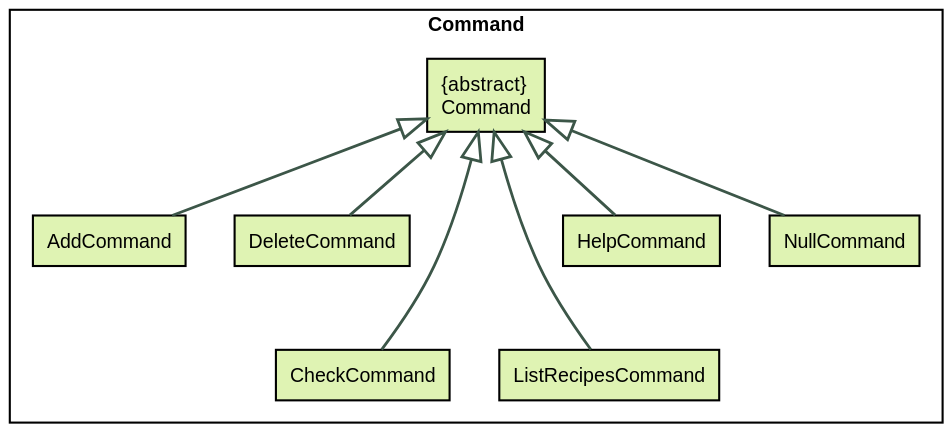
Above: docs/RenderedUML/CommandRects.svg in nus-cs2113-AY2122S1/tp (PlantUML), before the change. Its diagram source:
```plantuml
@startuml
!include Style.puml
skinparam ArrowColor LOGIC_GREEN_4

rectangle "Command" {
    rectangle "{abstract}\nCommand" LOGIC_GREEN_1 {
    }

    rectangle AddCommand LOGIC_GREEN_1 {
    }

    rectangle DeleteCommand LOGIC_GREEN_1 {
    }

    rectangle CheckCommand LOGIC_GREEN_1 {
    }

    rectangle ListRecipesCommand LOGIC_GREEN_1 {
    }

    rectangle HelpCommand LOGIC_GREEN_1 {
    }

    rectangle NullCommand LOGIC_GREEN_1 {
    }

    "{abstract}\nCommand" <|-- AddCommand
    "{abstract}\nCommand" <|-- DeleteCommand
    "{abstract}\nCommand" <|--- CheckCommand
    "{abstract}\nCommand" <|--- ListRecipesCommand
    "{abstract}\nCommand" <|-- HelpCommand
    "{abstract}\nCommand" <|-- NullCommand
}
@enduml
```
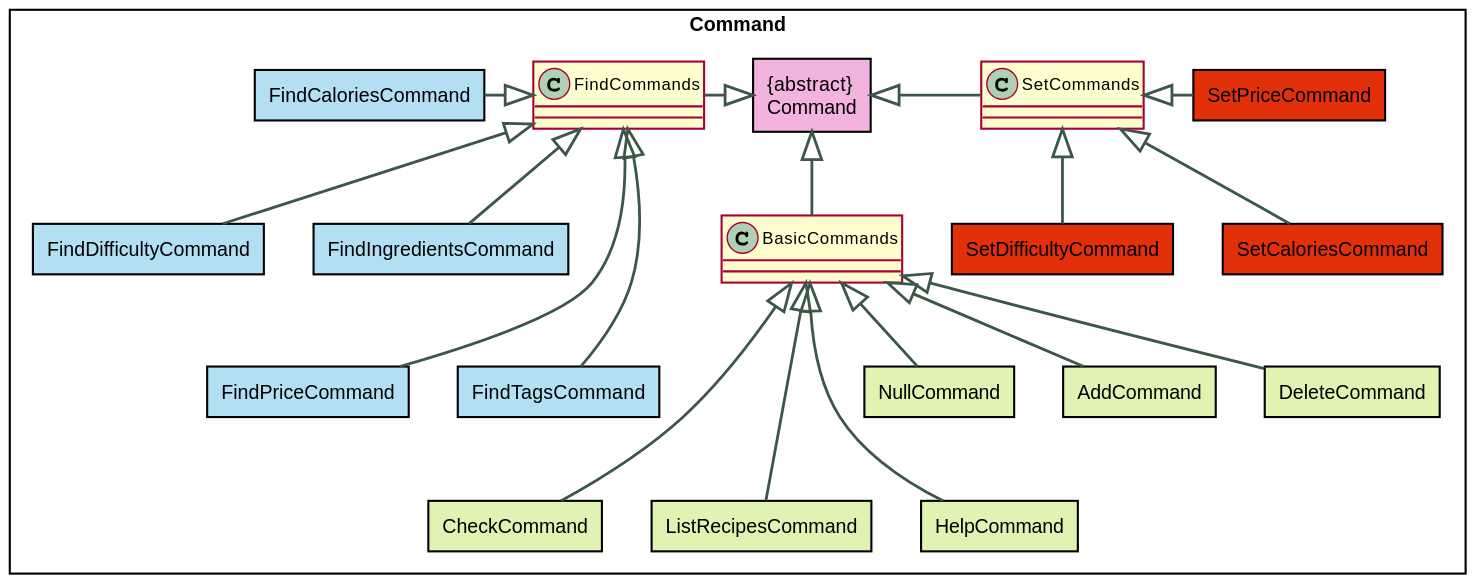
The same diagram one commit later.

Commit message:
Updated UML Diagram

What changed in the source:
```diff
@@ -3,7 +3,7 @@
 skinparam ArrowColor LOGIC_GREEN_4
 
 rectangle "Command" {
-    rectangle "{abstract}\nCommand" LOGIC_GREEN_1 {
+    rectangle "{abstract}\nCommand" LOGIC_PINK_1 {
     }
 
     rectangle AddCommand LOGIC_GREEN_1 {
@@ -24,11 +24,47 @@
     rectangle NullCommand LOGIC_GREEN_1 {
     }
 
-    "{abstract}\nCommand" <|-- AddCommand
-    "{abstract}\nCommand" <|-- DeleteCommand
-    "{abstract}\nCommand" <|--- CheckCommand
-    "{abstract}\nCommand" <|--- ListRecipesCommand
-    "{abstract}\nCommand" <|-- HelpCommand
-    "{abstract}\nCommand" <|-- NullCommand
+    rectangle FindCaloriesCommand LOGIC_BLUE_1 {
+    }
+
+    rectangle FindDifficultyCommand LOGIC_BLUE_1 {
+    }
+
+    rectangle FindIngredientsCommand LOGIC_BLUE_1 {
+    }
+
+    rectangle FindPriceCommand LOGIC_BLUE_1 {
+    }
+
+    rectangle FindTagsCommand LOGIC_BLUE_1 {
+    }
+
+    rectangle SetCaloriesCommand LOGIC_RED_1 {
+    }
+
+    rectangle SetDifficultyCommand LOGIC_RED_1 {
+    }
+
+    rectangle SetPriceCommand LOGIC_RED_1 {
+    }
+
+
+    "{abstract}\nCommand" <|-down- "BasicCommands"
+    "{abstract}\nCommand" <|-left- "FindCommands"
+    "{abstract}\nCommand" <|-right- "SetCommands"
+    "BasicCommands" <|-- AddCommand
+    "BasicCommands" <|-- DeleteCommand
+    "BasicCommands" <|--- CheckCommand
+    "BasicCommands" <|--- ListRecipesCommand
+    "BasicCommands" <|--- HelpCommand
+    "BasicCommands" <|-- NullCommand
+    "FindCommands" <|-left- FindCaloriesCommand
+    "FindCommands" <|-- FindDifficultyCommand
+    "FindCommands" <|-- FindIngredientsCommand
+    "FindCommands" <|--- FindPriceCommand
+    "FindCommands" <|--- FindTagsCommand
+    "SetCommands" <|-- SetCaloriesCommand
+    "SetCommands" <|-- SetDifficultyCommand
+    "SetCommands" <|- SetPriceCommand
 }
 @enduml
```
